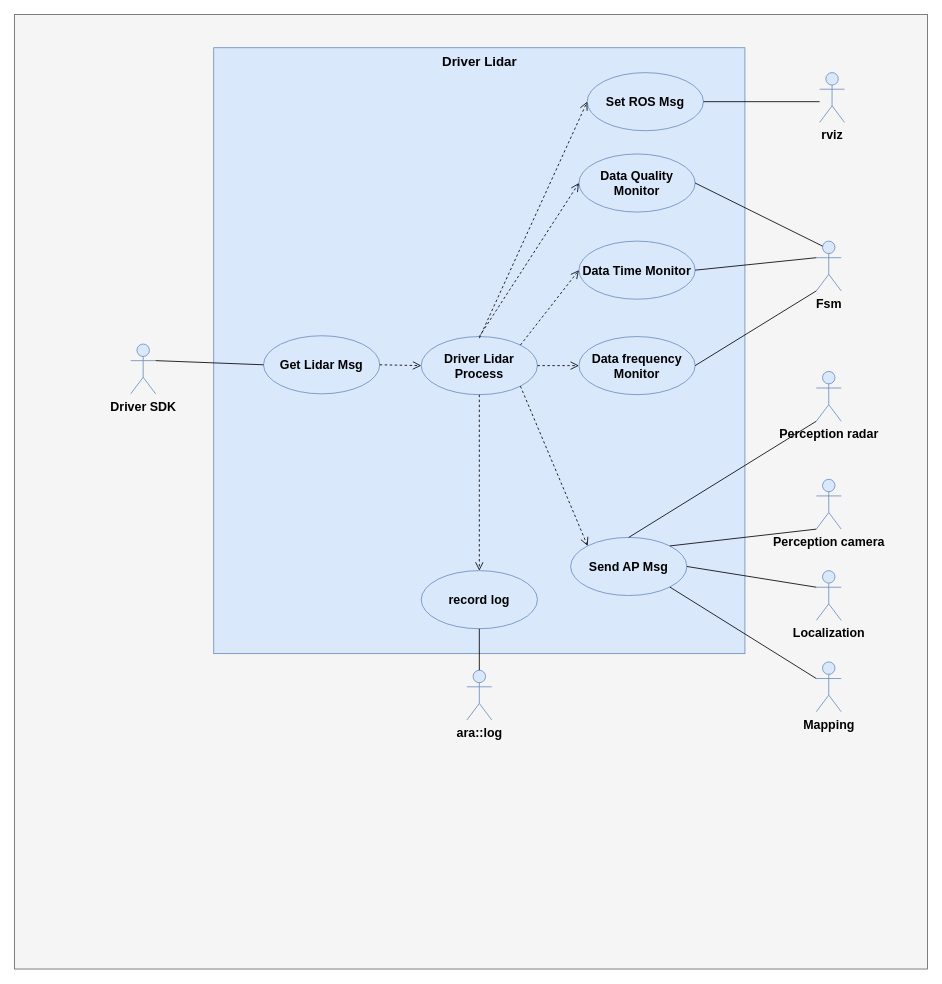
The draw.io diagram lidar用例.drawio in xiaoleli/diagrams, before the edit. Source tidied: cells renumbered, new cells numbered last; positions are measured from the earlier drawing's top-left corner, leaving out a move shared by most shapes. Both pictures are drawn from the tidied source at 83%, with x=0, y=0 at pixel (14, 14).
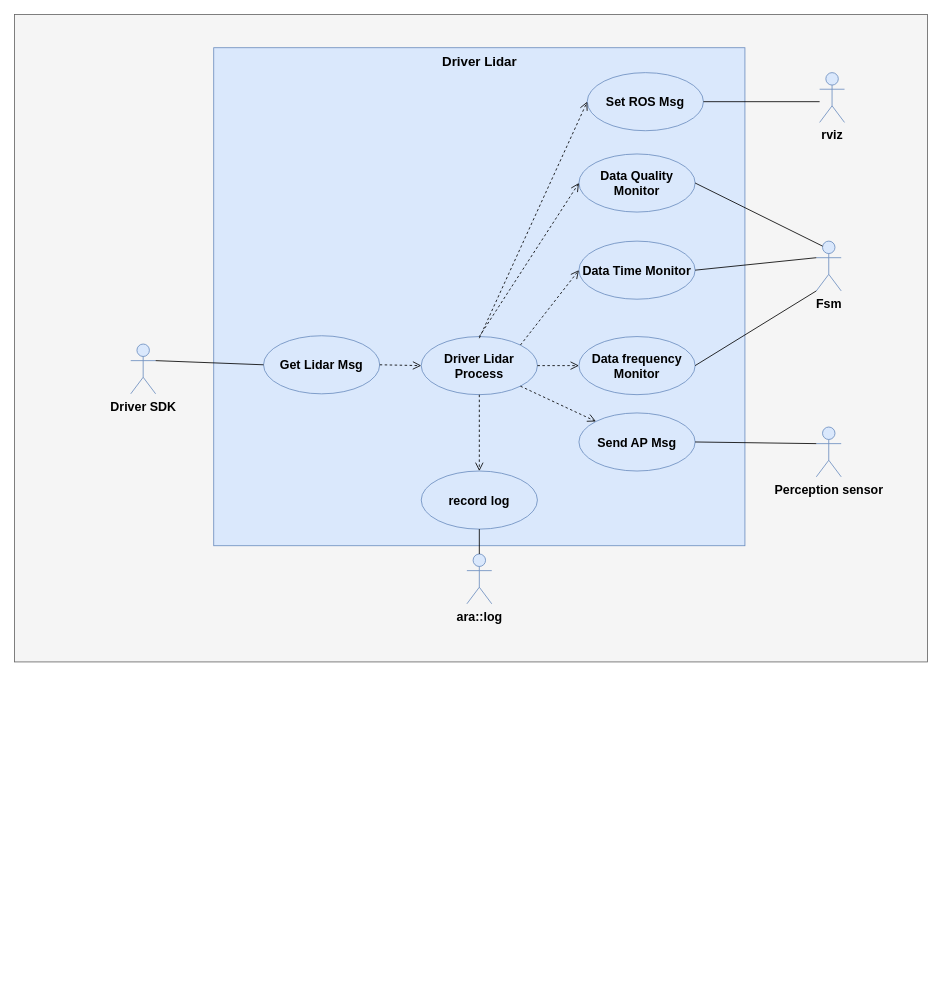
The same page after the edit.

The edit, as a diff of the source:
```diff
@@
     <mxCell id="2" style="html=1;fillColor=#f5f5f5;fontColor=#333333;strokeColor=#666666;" parent="1" vertex="1">
-      <mxGeometry width="1100" height="1150" as="geometry" />
+      <mxGeometry width="1100" height="780" as="geometry" />
     </mxCell>
     <mxCell id="3" value="Driver Lidar" style="html=1;fillColor=#dae8fc;strokeColor=#6c8ebf;fontStyle=1;horizontal=1;verticalAlign=top;fontSize=16;" parent="1" vertex="1">
-      <mxGeometry x="240" y="40" width="640" height="730" as="geometry" />
+      <mxGeometry x="240" y="40" width="640" height="600" as="geometry" />
     </mxCell>
@@
     <mxCell id="11" value="Send AP Msg" style="ellipse;whiteSpace=wrap;html=1;fontSize=15;fillColor=#dae8fc;strokeColor=#6c8ebf;fontStyle=1;" parent="1" vertex="1">
-      <mxGeometry x="670" y="630" width="140" height="70" as="geometry" />
+      <mxGeometry x="680" y="480" width="140" height="70" as="geometry" />
     </mxCell>
     <mxCell id="12" value="record log" style="ellipse;whiteSpace=wrap;html=1;fontSize=15;fillColor=#dae8fc;strokeColor=#6c8ebf;fontStyle=1;" parent="1" vertex="1">
-      <mxGeometry x="490" y="670" width="140" height="70" as="geometry" />
+      <mxGeometry x="490" y="550" width="140" height="70" as="geometry" />
     </mxCell>
     <mxCell id="13" value="ara::log" style="shape=umlActor;verticalLabelPosition=bottom;verticalAlign=top;html=1;fillColor=#dae8fc;strokeColor=#6c8ebf;fontStyle=1;fontSize=15;" parent="1" vertex="1">
-      <mxGeometry x="545" y="790" width="30" height="60" as="geometry" />
+      <mxGeometry x="545" y="650" width="30" height="60" as="geometry" />
     </mxCell>
@@
-    <mxCell id="29" value="Perception radar" style="shape=umlActor;verticalLabelPosition=bottom;verticalAlign=top;html=1;fillColor=#dae8fc;strokeColor=#6c8ebf;fontStyle=1;fontSize=15;" parent="1" vertex="1">
-      <mxGeometry x="966" y="430" width="30" height="60" as="geometry" />
+    <mxCell id="29" value="Perception sensor" style="shape=umlActor;verticalLabelPosition=bottom;verticalAlign=top;html=1;fillColor=#dae8fc;strokeColor=#6c8ebf;fontStyle=1;fontSize=15;" parent="1" vertex="1">
+      <mxGeometry x="966" y="497" width="30" height="60" as="geometry" />
     </mxCell>
-    <mxCell id="30" value="Perception camera" style="shape=umlActor;verticalLabelPosition=bottom;verticalAlign=top;html=1;fillColor=#dae8fc;strokeColor=#6c8ebf;fontStyle=1;fontSize=15;" parent="1" vertex="1">
-      <mxGeometry x="966" y="560" width="30" height="60" as="geometry" />
-    </mxCell>
-    <mxCell id="31" value="Localization" style="shape=umlActor;verticalLabelPosition=bottom;verticalAlign=top;html=1;fillColor=#dae8fc;strokeColor=#6c8ebf;fontStyle=1;fontSize=15;" parent="1" vertex="1">
-      <mxGeometry x="966" y="670" width="30" height="60" as="geometry" />
-    </mxCell>
-    <mxCell id="32" value="Mapping" style="shape=umlActor;verticalLabelPosition=bottom;verticalAlign=top;html=1;fillColor=#dae8fc;strokeColor=#6c8ebf;fontStyle=1;fontSize=15;" parent="1" vertex="1">
-      <mxGeometry x="966" y="780" width="30" height="60" as="geometry" />
-    </mxCell>
-    <mxCell id="33" style="endArrow=none;html=1;rounded=0;exitX=0.5;exitY=0;exitDx=0;exitDy=0;entryX=0;entryY=1;entryDx=0;entryDy=0;entryPerimeter=0;" parent="1" edge="1" source="11" target="29">
+    <mxCell id="33" style="endArrow=none;html=1;rounded=0;exitX=1;exitY=0.5;exitDx=0;exitDy=0;entryX=0;entryY=0.3333333333333333;entryDx=0;entryDy=0;entryPerimeter=0;" parent="1" edge="1" source="11" target="29">
       <mxGeometry relative="1" as="geometry" />
     </mxCell>
-    <mxCell id="34" style="endArrow=none;html=1;rounded=0;exitX=1;exitY=0;exitDx=0;exitDy=0;entryX=0;entryY=1;entryDx=0;entryDy=0;entryPerimeter=0;" parent="1" edge="1" source="11" target="30">
-      <mxGeometry relative="1" as="geometry" />
-    </mxCell>
-    <mxCell id="35" style="endArrow=none;html=1;rounded=0;exitX=1;exitY=0.5;exitDx=0;exitDy=0;entryX=0;entryY=0.3333333333333333;entryDx=0;entryDy=0;entryPerimeter=0;" parent="1" edge="1" source="11" target="31">
-      <mxGeometry relative="1" as="geometry" />
-    </mxCell>
-    <mxCell id="36" style="endArrow=none;html=1;rounded=0;exitX=1;exitY=1;exitDx=0;exitDy=0;entryX=0;entryY=0.3333333333333333;entryDx=0;entryDy=0;entryPerimeter=0;" parent="1" edge="1" source="11" target="32">
-      <mxGeometry relative="1" as="geometry" />
-    </mxCell>
```
